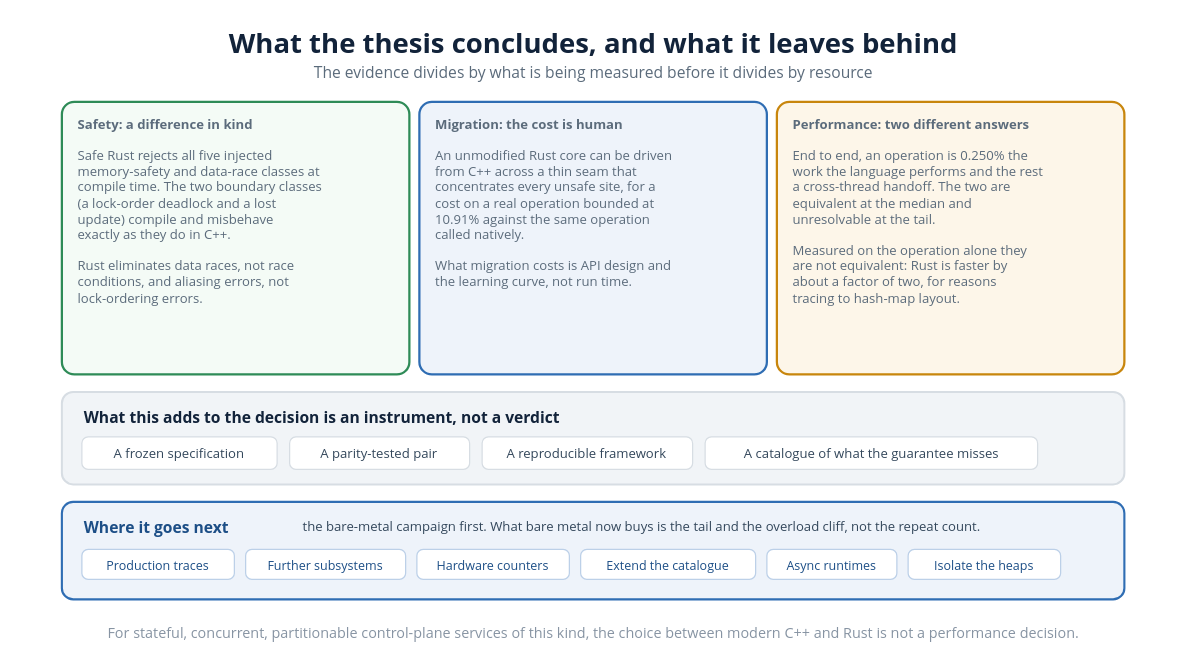
The draw.io diagram diagrams/26_contributions.drawio in VienThanh12/Master-Thesis, before the edit. Source tidied: cells renumbered, new cells numbered last; positions are measured from the earlier drawing's top-left corner, leaving out a move shared by most shapes. Both pictures are drawn from the tidied source at 125%, with x=0, y=0 at pixel (20, 20).
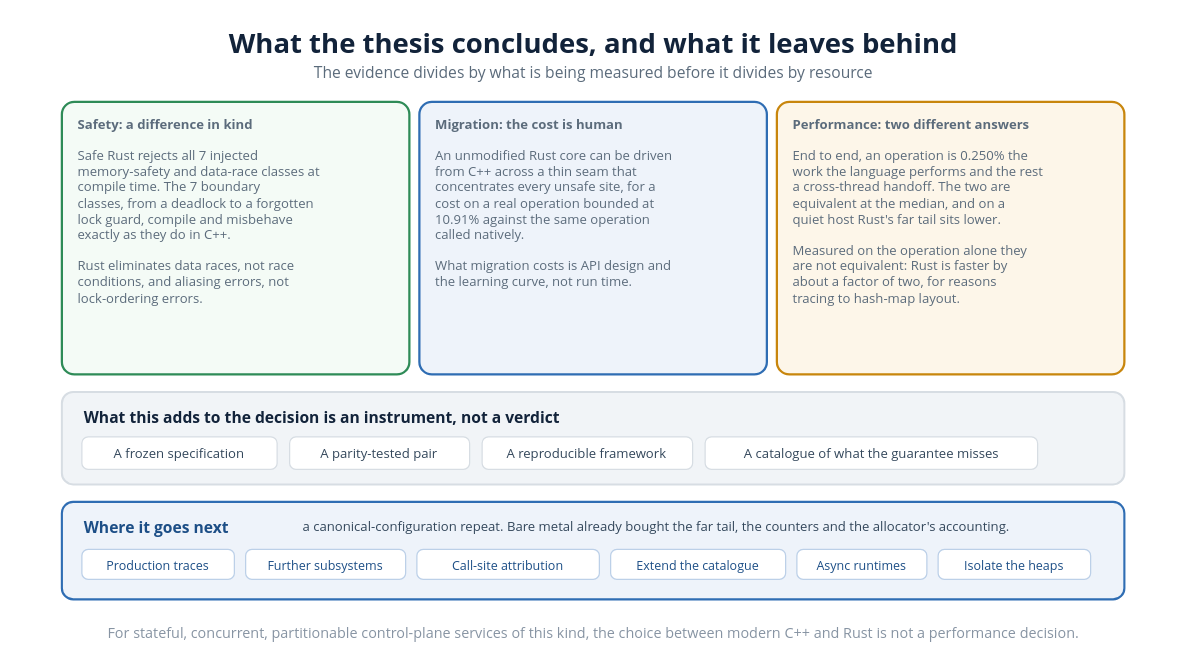
The same page after the edit.

What changed in the source:
```diff
@@
-    <mxCell id="4" value="&lt;b&gt;Safety: a difference in kind&lt;/b&gt;&lt;br&gt;&lt;br&gt;Safe Rust rejects all five injected&lt;br&gt;memory-safety and data-race classes at&lt;br&gt;compile time. The two boundary classes&lt;br&gt;(a lock-order deadlock and a lost&lt;br&gt;update) compile and misbehave&lt;br&gt;exactly as they do in C++.&lt;br&gt;&lt;br&gt;Rust eliminates data races, not race&lt;br&gt;conditions, and aliasing errors, not&lt;br&gt;lock-ordering errors." style="rounded=1;whiteSpace=wrap;html=1;absoluteArcSize=1;arcSize=20;fillColor=#f4fbf6;strokeColor=#2e8b57;strokeWidth=1.8;align=left;verticalAlign=top;spacingLeft=11;spacingTop=5;spacingRight=6;fontSize=10.5;fontColor=#5b6b7b;fontFamily=Segoe UI;" parent="1" vertex="1">
+    <mxCell id="4" value="&lt;b&gt;Safety: a difference in kind&lt;/b&gt;&lt;br&gt;&lt;br&gt;Safe Rust rejects all 7 injected&lt;br&gt;memory-safety and data-race classes at&lt;br&gt;compile time. The 7 boundary&lt;br&gt;classes, from a deadlock to a forgotten&lt;br&gt;lock guard, compile and misbehave&lt;br&gt;exactly as they do in C++.&lt;br&gt;&lt;br&gt;Rust eliminates data races, not race&lt;br&gt;conditions, and aliasing errors, not&lt;br&gt;lock-ordering errors." style="rounded=1;whiteSpace=wrap;html=1;absoluteArcSize=1;arcSize=20;fillColor=#f4fbf6;strokeColor=#2e8b57;strokeWidth=1.8;align=left;verticalAlign=top;spacingLeft=11;spacingTop=5;spacingRight=6;fontSize=10.5;fontColor=#5b6b7b;fontFamily=Segoe UI;" parent="1" vertex="1">
       <mxGeometry x="33" y="65" width="278" height="218" as="geometry" />
     </mxCell>
@@
-    <mxCell id="6" value="&lt;b&gt;Performance: two different answers&lt;/b&gt;&lt;br&gt;&lt;br&gt;End to end, an operation is 0.250% the&lt;br&gt;work the language performs and the rest&lt;br&gt;a cross-thread handoff. The two are&lt;br&gt;equivalent at the median and&lt;br&gt;unresolvable at the tail.&lt;br&gt;&lt;br&gt;Measured on the operation alone they&lt;br&gt;are not equivalent: Rust is faster by&lt;br&gt;about a factor of two, for reasons&lt;br&gt;tracing to hash-map layout." style="rounded=1;whiteSpace=wrap;html=1;absoluteArcSize=1;arcSize=20;fillColor=#fdf6e9;strokeColor=#c8860d;strokeWidth=1.8;align=left;verticalAlign=top;spacingLeft=11;spacingTop=5;spacingRight=6;fontSize=10.5;fontColor=#5b6b7b;fontFamily=Segoe UI;" parent="1" vertex="1">
+    <mxCell id="6" value="&lt;b&gt;Performance: two different answers&lt;/b&gt;&lt;br&gt;&lt;br&gt;End to end, an operation is 0.250% the&lt;br&gt;work the language performs and the rest&lt;br&gt;a cross-thread handoff. The two are&lt;br&gt;equivalent at the median, and on a&lt;br&gt;quiet host Rust's far tail sits lower.&lt;br&gt;&lt;br&gt;Measured on the operation alone they&lt;br&gt;are not equivalent: Rust is faster by&lt;br&gt;about a factor of two, for reasons&lt;br&gt;tracing to hash-map layout." style="rounded=1;whiteSpace=wrap;html=1;absoluteArcSize=1;arcSize=20;fillColor=#fdf6e9;strokeColor=#c8860d;strokeWidth=1.8;align=left;verticalAlign=top;spacingLeft=11;spacingTop=5;spacingRight=6;fontSize=10.5;fontColor=#5b6b7b;fontFamily=Segoe UI;" parent="1" vertex="1">
       <mxGeometry x="605" y="65" width="278" height="218" as="geometry" />
     </mxCell>
@@
-    <mxCell id="15" value="the bare-metal campaign first. What bare metal now buys is the tail and the overload cliff, not the repeat count." style="text;html=1;strokeColor=none;fillColor=none;whiteSpace=nowrap;align=left;verticalAlign=middle;fontSize=10.5;fontColor=#33475b;fontFamily=Segoe UI;" parent="1" vertex="1">
-      <mxGeometry x="224" y="397" width="646.6" height="15.8" as="geometry" />
+    <mxCell id="15" value="a canonical-configuration repeat. Bare metal already bought the far tail, the counters and the allocator's accounting." style="text;html=1;strokeColor=none;fillColor=none;whiteSpace=nowrap;align=left;verticalAlign=middle;fontSize=10.5;fontColor=#33475b;fontFamily=Segoe UI;" parent="1" vertex="1">
+      <mxGeometry x="224" y="397" width="675.2" height="15.8" as="geometry" />
     </mxCell>
@@
-    <mxCell id="18" value="Hardware counters" style="rounded=1;absoluteArcSize=1;arcSize=10;whiteSpace=wrap;html=1;fillColor=#ffffff;strokeColor=#bcd0e8;align=center;verticalAlign=middle;fontSize=10;fontColor=#1c4e86;fontFamily=Segoe UI;" parent="1" vertex="1">
-      <mxGeometry x="317" y="423" width="122" height="24" as="geometry" />
+    <mxCell id="18" value="Call-site attribution" style="rounded=1;absoluteArcSize=1;arcSize=10;whiteSpace=wrap;html=1;fillColor=#ffffff;strokeColor=#bcd0e8;align=center;verticalAlign=middle;fontSize=10;fontColor=#1c4e86;fontFamily=Segoe UI;" parent="1" vertex="1">
+      <mxGeometry x="317" y="423" width="146" height="24" as="geometry" />
     </mxCell>
     <mxCell id="19" value="Extend the catalogue" style="rounded=1;absoluteArcSize=1;arcSize=10;whiteSpace=wrap;html=1;fillColor=#ffffff;strokeColor=#bcd0e8;align=center;verticalAlign=middle;fontSize=10;fontColor=#1c4e86;fontFamily=Segoe UI;" parent="1" vertex="1">
-      <mxGeometry x="448" y="423" width="140" height="24" as="geometry" />
+      <mxGeometry x="472" y="423" width="140" height="24" as="geometry" />
     </mxCell>
     <mxCell id="20" value="Async runtimes" style="rounded=1;absoluteArcSize=1;arcSize=10;whiteSpace=wrap;html=1;fillColor=#ffffff;strokeColor=#bcd0e8;align=center;verticalAlign=middle;fontSize=10;fontColor=#1c4e86;fontFamily=Segoe UI;" parent="1" vertex="1">
-      <mxGeometry x="597" y="423" width="104" height="24" as="geometry" />
+      <mxGeometry x="621" y="423" width="104" height="24" as="geometry" />
     </mxCell>
     <mxCell id="21" value="Isolate the heaps" style="rounded=1;absoluteArcSize=1;arcSize=10;whiteSpace=wrap;html=1;fillColor=#ffffff;strokeColor=#bcd0e8;align=center;verticalAlign=middle;fontSize=10;fontColor=#1c4e86;fontFamily=Segoe UI;" parent="1" vertex="1">
-      <mxGeometry x="710" y="423" width="122" height="24" as="geometry" />
+      <mxGeometry x="734" y="423" width="122" height="24" as="geometry" />
     </mxCell>
```
